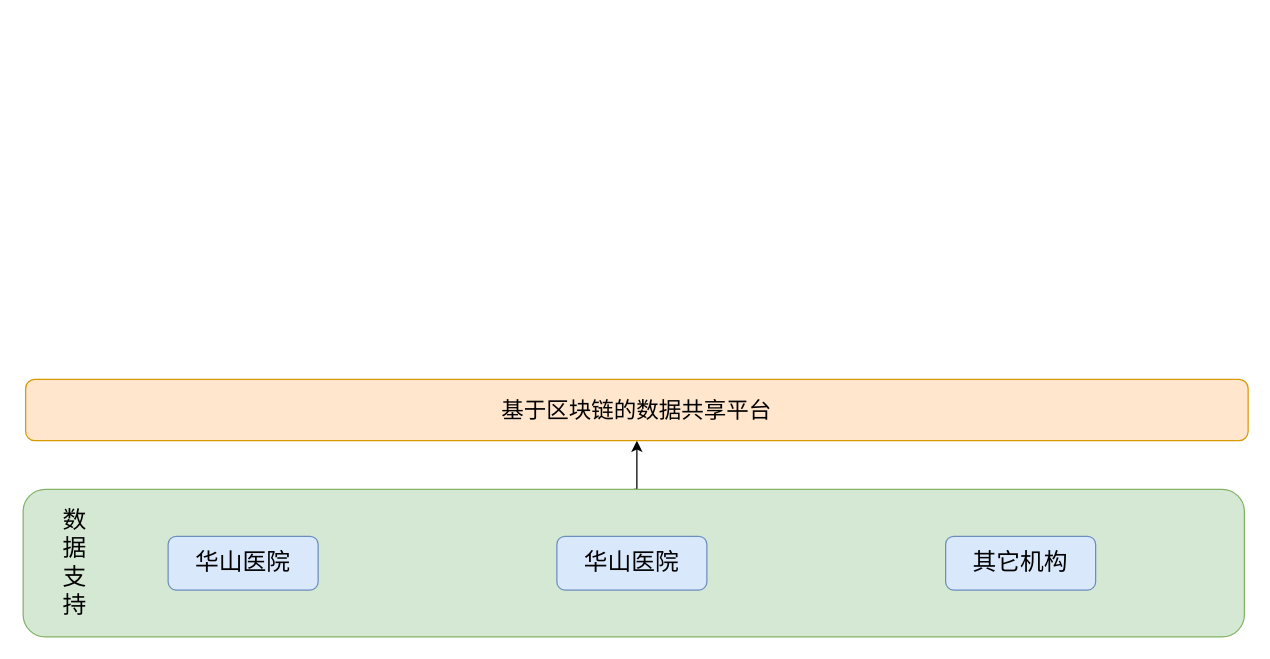
Earlier version of the draw.io diagram 未命名表单.drawio (wilesanGH/chaincode_demo). Source tidied: cells renumbered, new cells numbered last; positions are measured from the earlier drawing's top-left corner, leaving out a move shared by most shapes. Both pictures are drawn from the tidied source at 125%, with x=0, y=0 at pixel (22, 379).
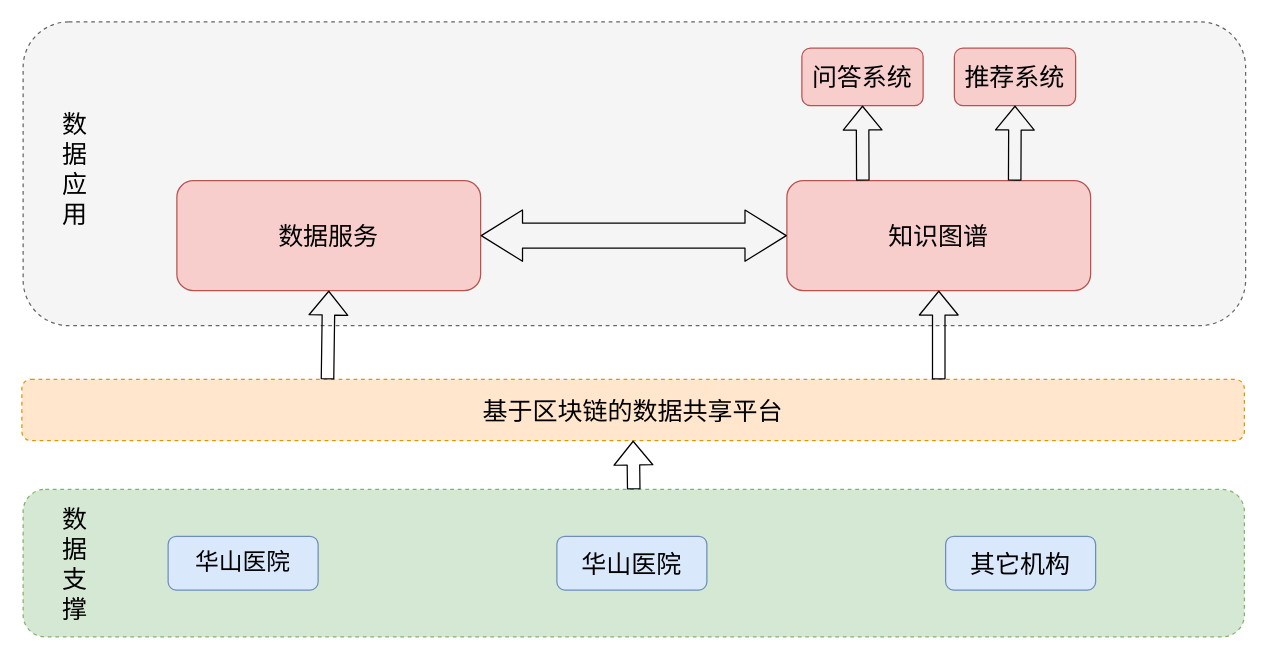
After the change.

Commit message (it also covers changes not shown here):
更新未命名表单.drawio

What changed in the source:
```diff
@@
-    <mxCell id="2" style="edgeStyle=orthogonalEdgeStyle;rounded=0;jettySize=auto;html=1;exitX=0.5;exitY=0;exitDx=0;exitDy=0;entryX=0.5;entryY=1;entryDx=0;entryDy=0;fontSize=19;" parent="1" edge="1" source="3" target="9">
-      <mxGeometry relative="1" as="geometry" />
-    </mxCell>
+    <mxCell id="10" style="rounded=1;whiteSpace=wrap;html=1;labelBackgroundColor=none;fontSize=20;dashed=1;fillColor=#f5f5f5;strokeColor=#666666;fontColor=#333333;" parent="1" vertex="1">
+      <mxGeometry y="-286" width="978" height="243" as="geometry" />
+    </mxCell>
-    <mxCell id="3" style="rounded=1;whiteSpace=wrap;html=1;labelBackgroundColor=none;fillColor=#d5e8d4;strokeColor=#82b366;" parent="1" vertex="1">
+    <mxCell id="3" style="rounded=1;whiteSpace=wrap;html=1;labelBackgroundColor=none;fillColor=#d5e8d4;strokeColor=#82b366;dashed=1;" parent="1" vertex="1">
       <mxGeometry y="88" width="977" height="118" as="geometry" />
     </mxCell>
-    <mxCell id="4" value="数据支持" style="text;html=1;strokeColor=none;fillColor=none;align=center;verticalAlign=middle;whiteSpace=wrap;rounded=0;fontSize=19;" parent="1" vertex="1">
+    <mxCell id="4" value="&lt;font style=&quot;font-size: 20px&quot;&gt;数据支撑&lt;br&gt;&lt;/font&gt;" style="text;html=1;strokeColor=none;fillColor=none;align=center;verticalAlign=middle;whiteSpace=wrap;rounded=0;fontSize=20;" parent="1" vertex="1">
       <mxGeometry x="32" y="137" width="19" height="20" as="geometry" />
     </mxCell>
-    <mxCell id="5" style="group;" parent="1" vertex="1">
+    <mxCell id="5" style="group;fontSize=20;" parent="1" vertex="1">
       <mxGeometry x="116" y="125.5" width="742" height="43" as="geometry" />
     </mxCell>
@@
-    <mxCell id="7" value="华山医院" style="rounded=1;whiteSpace=wrap;html=1;labelBackgroundColor=none;fontSize=19;fillColor=#dae8fc;strokeColor=#6c8ebf;" parent="5" vertex="1">
+    <mxCell id="7" value="华山医院" style="rounded=1;whiteSpace=wrap;html=1;labelBackgroundColor=none;fontSize=20;fillColor=#dae8fc;strokeColor=#6c8ebf;" parent="5" vertex="1">
       <mxGeometry x="311" width="120" height="43" as="geometry" />
     </mxCell>
-    <mxCell id="8" value="其它机构" style="rounded=1;whiteSpace=wrap;html=1;labelBackgroundColor=none;fontSize=19;fillColor=#dae8fc;strokeColor=#6c8ebf;" parent="5" vertex="1">
+    <mxCell id="8" value="其它机构" style="rounded=1;whiteSpace=wrap;html=1;labelBackgroundColor=none;fontSize=20;fillColor=#dae8fc;strokeColor=#6c8ebf;" parent="5" vertex="1">
       <mxGeometry x="622" width="120" height="43" as="geometry" />
     </mxCell>
-    <mxCell id="9" value="&lt;font style=&quot;font-size: 18px&quot;&gt;基于区块链的数据共享平台&lt;br&gt;&lt;/font&gt;" style="rounded=1;whiteSpace=wrap;html=1;labelBackgroundColor=none;fillColor=#ffe6cc;strokeColor=#d79b00;" parent="1" vertex="1">
-      <mxGeometry x="2" width="978" height="49" as="geometry" />
+    <mxCell id="9" value="&lt;font style=&quot;font-size: 20px;&quot;&gt;基于区块链的数据共享平台&lt;br style=&quot;font-size: 20px;&quot;&gt;&lt;/font&gt;" style="rounded=1;whiteSpace=wrap;html=1;labelBackgroundColor=none;fillColor=#ffe6cc;strokeColor=#d79b00;fontSize=20;dashed=1;" parent="1" vertex="1">
+      <mxGeometry x="-1" width="978" height="49" as="geometry" />
     </mxCell>
+    <mxCell id="11" value="&lt;font style=&quot;font-size: 20px;&quot;&gt;数据服务&lt;/font&gt;" style="rounded=1;whiteSpace=wrap;html=1;labelBackgroundColor=none;fillColor=#f8cecc;strokeColor=#b85450;fontSize=20;" parent="1" vertex="1">
+      <mxGeometry x="123" y="-159" width="243" height="88" as="geometry" />
+    </mxCell>
+    <mxCell id="12" value="知识图谱" style="rounded=1;whiteSpace=wrap;html=1;labelBackgroundColor=none;fillColor=#f8cecc;strokeColor=#b85450;fontSize=20;" parent="1" vertex="1">
+      <mxGeometry x="611" y="-159" width="243" height="88" as="geometry" />
+    </mxCell>
+    <mxCell id="13" value="问答系统" style="rounded=1;whiteSpace=wrap;html=1;labelBackgroundColor=none;fillColor=#f8cecc;strokeColor=#b85450;fontSize=20;" parent="1" vertex="1">
+      <mxGeometry x="623" y="-265" width="97" height="46" as="geometry" />
+    </mxCell>
+    <mxCell id="14" value="推荐系统" style="rounded=1;whiteSpace=wrap;html=1;labelBackgroundColor=none;fillColor=#f8cecc;strokeColor=#b85450;fontSize=20;" parent="1" vertex="1">
+      <mxGeometry x="745" y="-265" width="97" height="46" as="geometry" />
+    </mxCell>
+    <mxCell id="15" style="shape=flexArrow;endArrow=classic;html=1;fontSize=20;entryX=0.5;entryY=1;entryDx=0;entryDy=0;exitX=0.25;exitY=0;exitDx=0;exitDy=0;" parent="1" edge="1" source="9" target="11">
+      <mxGeometry relative="1" as="geometry" />
+    </mxCell>
+    <mxCell id="16" style="shape=flexArrow;endArrow=classic;html=1;fontSize=20;entryX=0.5;entryY=1;entryDx=0;entryDy=0;exitX=0.75;exitY=0;exitDx=0;exitDy=0;" parent="1" edge="1" source="9" target="12">
+      <mxGeometry relative="1" as="geometry" />
+    </mxCell>
+    <mxCell id="17" style="shape=flexArrow;endArrow=classic;html=1;fontSize=20;entryX=0.5;entryY=1;entryDx=0;entryDy=0;exitX=0.25;exitY=0;exitDx=0;exitDy=0;" parent="1" edge="1" source="12" target="13">
+      <mxGeometry relative="1" as="geometry" />
+    </mxCell>
+    <mxCell id="18" style="shape=flexArrow;endArrow=classic;html=1;fontSize=20;entryX=0.5;entryY=1;entryDx=0;entryDy=0;exitX=0.75;exitY=0;exitDx=0;exitDy=0;" parent="1" edge="1" source="12" target="14">
+      <mxGeometry relative="1" as="geometry" />
+    </mxCell>
+    <mxCell id="19" style="shape=flexArrow;endArrow=classic;startArrow=classic;html=1;fontSize=20;entryX=0;entryY=0.5;entryDx=0;entryDy=0;exitX=1;exitY=0.5;exitDx=0;exitDy=0;width=20;startSize=10.67;endSize=10.67;" parent="1" edge="1" source="11" target="12">
+      <mxGeometry relative="1" as="geometry" />
+    </mxCell>
+    <mxCell id="2" style="shape=flexArrow;endArrow=classic;html=1;fontSize=20;entryX=0.5;entryY=1;entryDx=0;entryDy=0;exitX=0.5;exitY=0;exitDx=0;exitDy=0;" parent="1" edge="1" source="3" target="9">
+      <mxGeometry relative="1" as="geometry" />
+    </mxCell>
+    <mxCell id="20" value="数据应用 " style="text;html=1;strokeColor=none;fillColor=none;align=center;verticalAlign=middle;whiteSpace=wrap;rounded=0;fontSize=20;" parent="1" vertex="1">
+      <mxGeometry x="32" y="-179" width="19" height="20" as="geometry" />
+    </mxCell>
```
